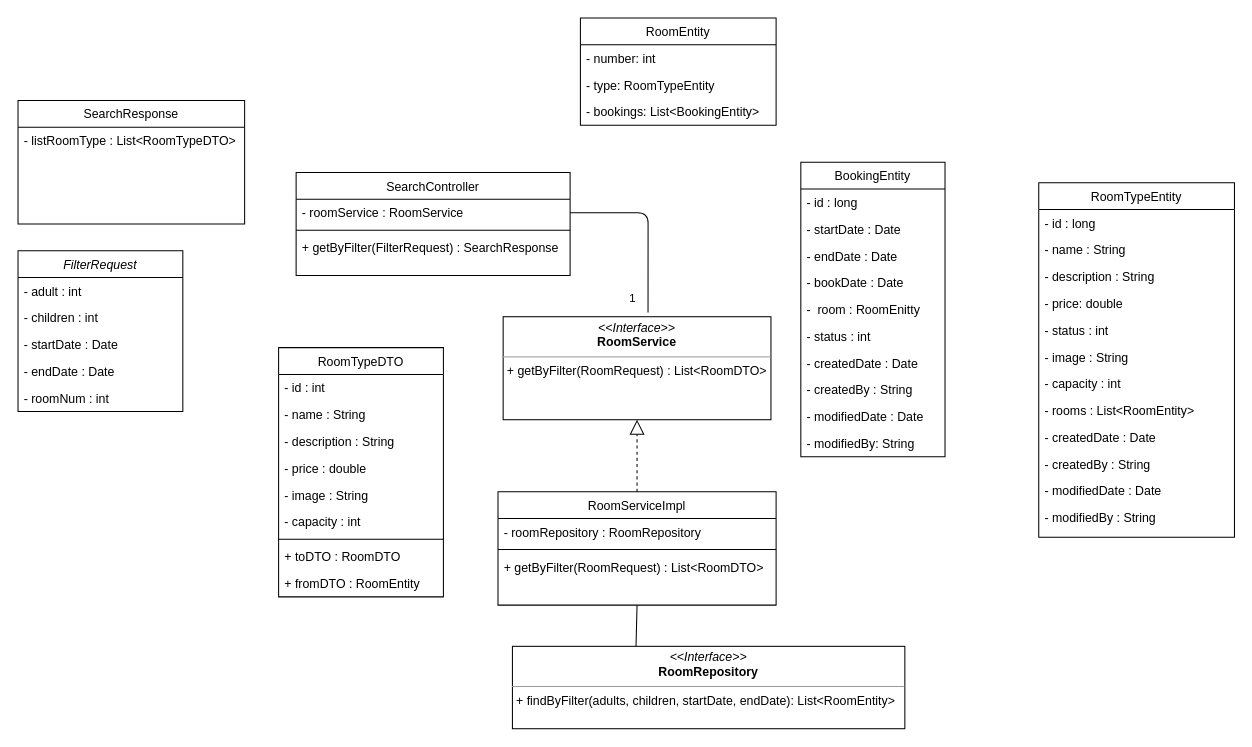
Before: document_slide/classdiagram/SearchClass3_0.drawio in minhdat1602/2021_cnpm_group09, a draw.io diagram. Source tidied: cells renumbered, new cells numbered last; positions are measured from the earlier drawing's top-left corner, leaving out a move shared by most shapes. Both pictures are drawn from the tidied source at 103%, with x=0, y=0 at pixel (18, 18).
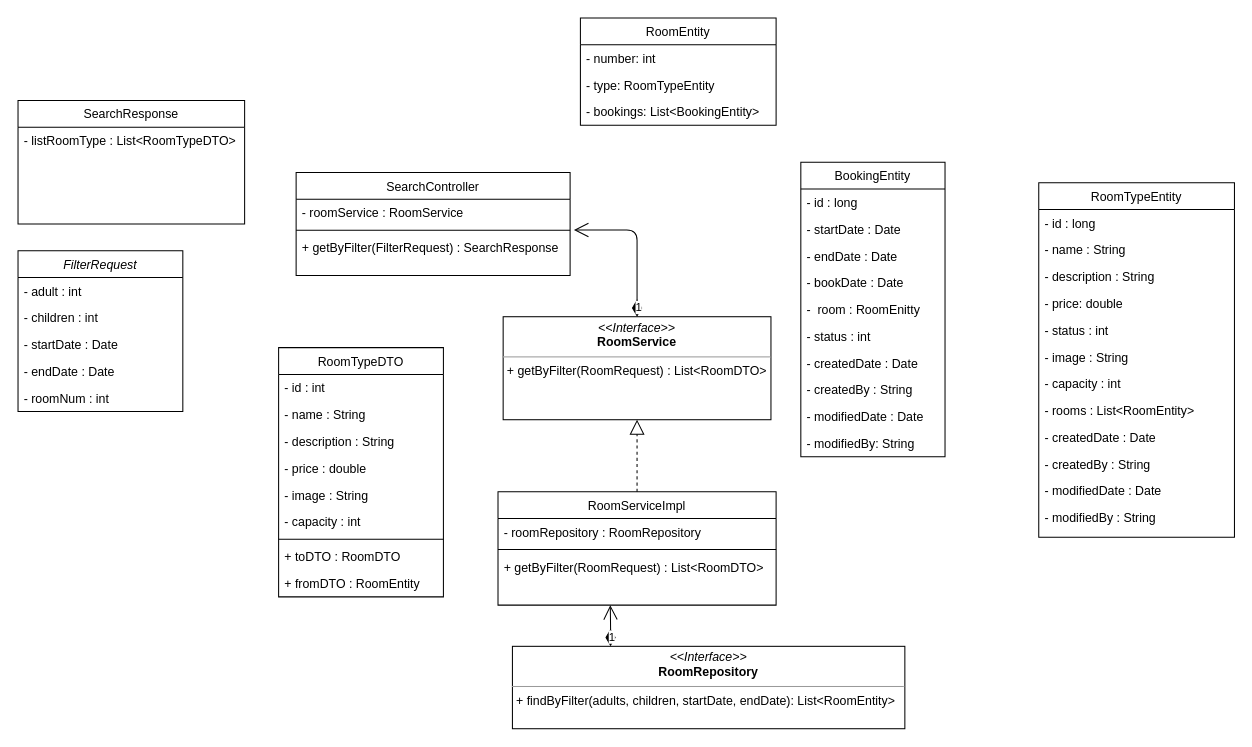
The same diagram, later.

Unchanged cells that the change refers to:
```xml
<mxCell id="9" value="- roomService : RoomService" style="text;align=left;verticalAlign=top;spacingLeft=4;spacingRight=4;overflow=hidden;points=[[0,0.5],[1,0.5]];portConstraint=eastwest;rounded=0;shadow=0;html=0;" parent="8" vertex="1">
  <mxGeometry y="26" width="266" height="26" as="geometry" />
</mxCell>
<mxCell id="37" value="&lt;p style=&quot;margin: 0px ; margin-top: 4px ; text-align: center&quot;&gt;&lt;i&gt;&amp;lt;&amp;lt;Interface&amp;gt;&amp;gt;&lt;/i&gt;&lt;br&gt;&lt;b&gt;RoomService&lt;/b&gt;&lt;/p&gt;&lt;hr size=&quot;1&quot;&gt;&lt;p style=&quot;margin: 0px ; margin-left: 4px&quot;&gt;&lt;span&gt;+ getByFilter(RoomRequest) : List&amp;lt;RoomDTO&amp;gt;&lt;/span&gt;&lt;/p&gt;" style="verticalAlign=top;align=left;overflow=fill;fontSize=12;fontFamily=Helvetica;html=1;" parent="1" vertex="1">
  <mxGeometry x="471" y="290" width="260" height="100" as="geometry" />
</mxCell>
<mxCell id="38" value="&lt;p style=&quot;margin: 0px ; margin-top: 4px ; text-align: center&quot;&gt;&lt;i&gt;&amp;lt;&amp;lt;Interface&amp;gt;&amp;gt;&lt;/i&gt;&lt;br&gt;&lt;b&gt;RoomRepository&lt;/b&gt;&lt;/p&gt;&lt;hr size=&quot;1&quot;&gt;&lt;p style=&quot;margin: 0px ; margin-left: 4px&quot;&gt;+ findByFilter(adults, children, startDate, endDate): List&amp;lt;RoomEntity&amp;gt;&lt;br&gt;&lt;/p&gt;" style="verticalAlign=top;align=left;overflow=fill;fontSize=12;fontFamily=Helvetica;html=1;" parent="1" vertex="1">
  <mxGeometry x="480" y="610" width="381" height="80" as="geometry" />
</mxCell>
<mxCell id="39" value="RoomServiceImpl" style="swimlane;fontStyle=0;align=center;verticalAlign=top;horizontal=1;startSize=26;rounded=0;shadow=0;strokeWidth=1;" parent="1" vertex="1">
  <mxGeometry x="466" y="460" width="270" height="110" as="geometry" />
</mxCell>
```

What changed in the source:
```diff
@@
-    <mxCell id="54" style="endArrow=none;html=1;exitX=0.5;exitY=1;exitDx=0;exitDy=0;" parent="1" edge="1" source="39">
-      <mxGeometry relative="1" as="geometry">
-        <mxPoint x="600" y="610" as="targetPoint" />
-      </mxGeometry>
-    </mxCell>
@@
-    <mxCell id="56" style="endArrow=none;html=1;edgeStyle=orthogonalEdgeStyle;exitX=1;exitY=0.5;exitDx=0;exitDy=0;entryX=0.541;entryY=-0.04;entryDx=0;entryDy=0;entryPerimeter=0;" parent="1" edge="1" source="9" target="37">
-      <mxGeometry relative="1" as="geometry" />
-    </mxCell>
-    <mxCell id="57" value="1" style="edgeLabel;html=1;align=right;verticalAlign=bottom;" parent="56" vertex="1">
-      <mxGeometry x="1" relative="1" as="geometry">
-        <mxPoint x="-12" y="-6" as="offset" />
-      </mxGeometry>
-    </mxCell>
@@
+    <mxCell id="62" value="1" style="endArrow=open;html=1;endSize=12;startArrow=diamondThin;startSize=14;startFill=1;edgeStyle=orthogonalEdgeStyle;align=left;verticalAlign=bottom;exitX=0.5;exitY=0;exitDx=0;exitDy=0;entryX=1.014;entryY=1.146;entryDx=0;entryDy=0;entryPerimeter=0;" parent="1" edge="1" source="37" target="9">
+      <mxGeometry x="-1" y="3" relative="1" as="geometry" />
+    </mxCell>
+    <mxCell id="63" value="1" style="endArrow=open;html=1;endSize=12;startArrow=diamondThin;startSize=14;startFill=1;edgeStyle=orthogonalEdgeStyle;align=left;verticalAlign=bottom;exitX=0.25;exitY=0;exitDx=0;exitDy=0;" parent="1" edge="1" source="38">
+      <mxGeometry x="-1" y="3" relative="1" as="geometry">
+        <mxPoint x="575" y="570" as="targetPoint" />
+      </mxGeometry>
+    </mxCell>
```
